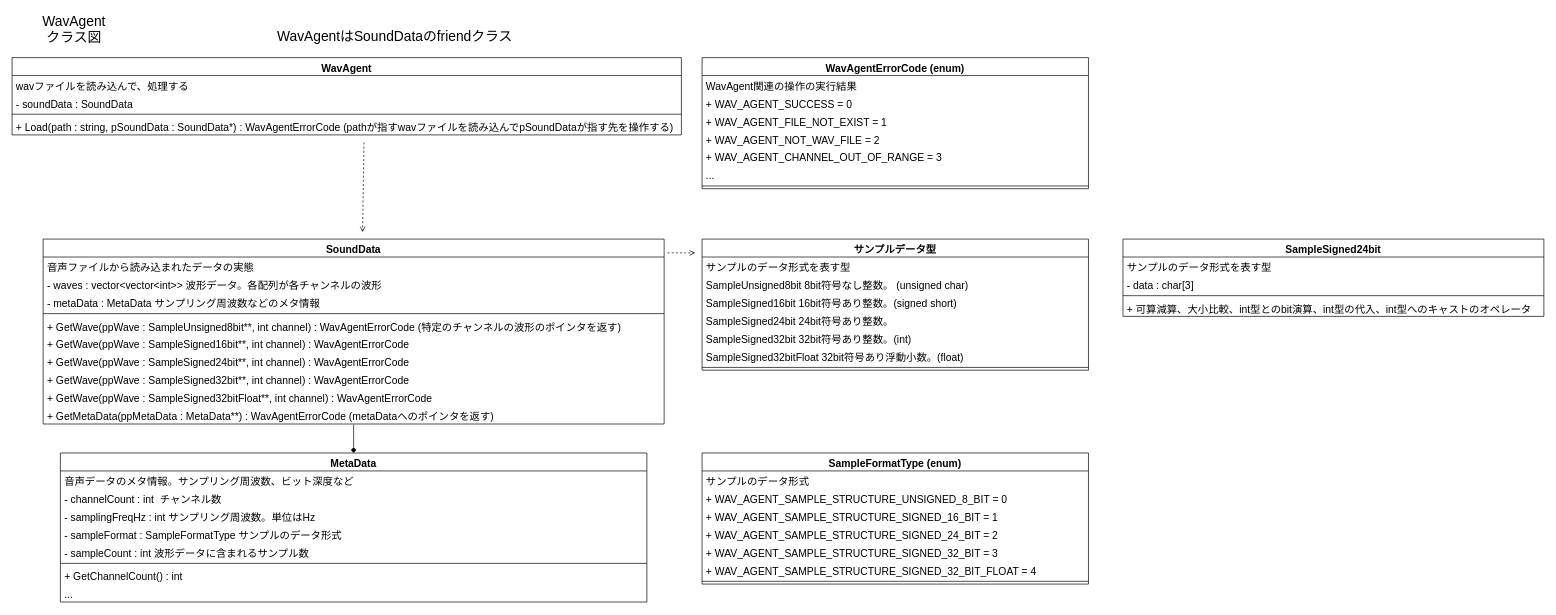
Above: design/WavAgentClassDiagram.drawio in Dumble009/WavAgent (draw.io), before the change. Source tidied: cells renumbered, new cells numbered last; positions are measured from the earlier drawing's top-left corner, leaving out a move shared by most shapes. Both pictures are drawn from the tidied source at 69%, with x=0, y=0 at pixel (12, 18).
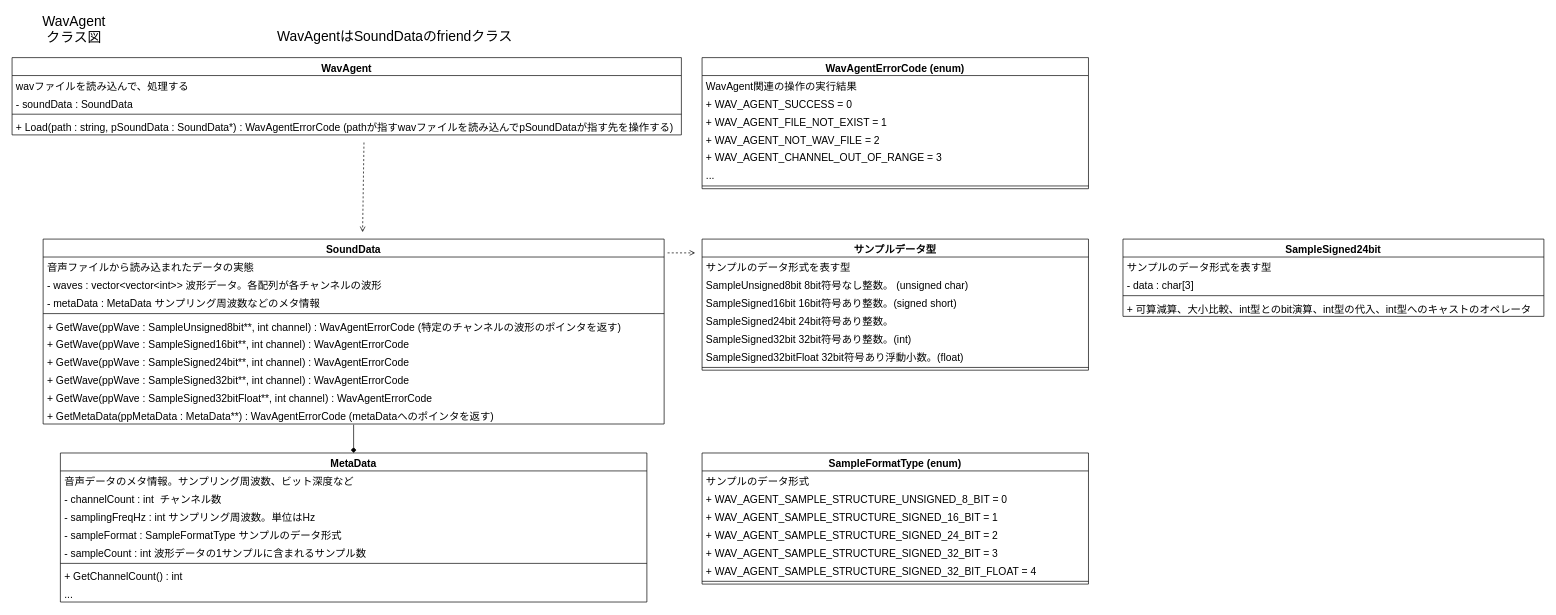
After the change.

The change refers to these unchanged cells:
```xml
<mxCell id="20" value="MetaData" style="swimlane;fontStyle=1;align=center;verticalAlign=top;horizontal=1;startSize=26;fontSize=15;" parent="1" vertex="1">
  <mxGeometry x="70" y="630" width="850" height="216" as="geometry" />
</mxCell>
```

Change to the diagram source:
```diff
@@
-    <mxCell id="25" value="- sampleCount : int 波形データに含まれるサンプル数" style="text;strokeColor=none;fillColor=none;align=left;verticalAlign=top;spacingLeft=4;spacingRight=4;overflow=hidden;fontSize=15;" parent="20" vertex="1">
+    <mxCell id="25" value="- sampleCount : int 波形データの1サンプルに含まれるサンプル数" style="text;strokeColor=none;fillColor=none;align=left;verticalAlign=top;spacingLeft=4;spacingRight=4;overflow=hidden;fontSize=15;" parent="20" vertex="1">
       <mxGeometry y="130" width="850" height="26" as="geometry" />
     </mxCell>
```
